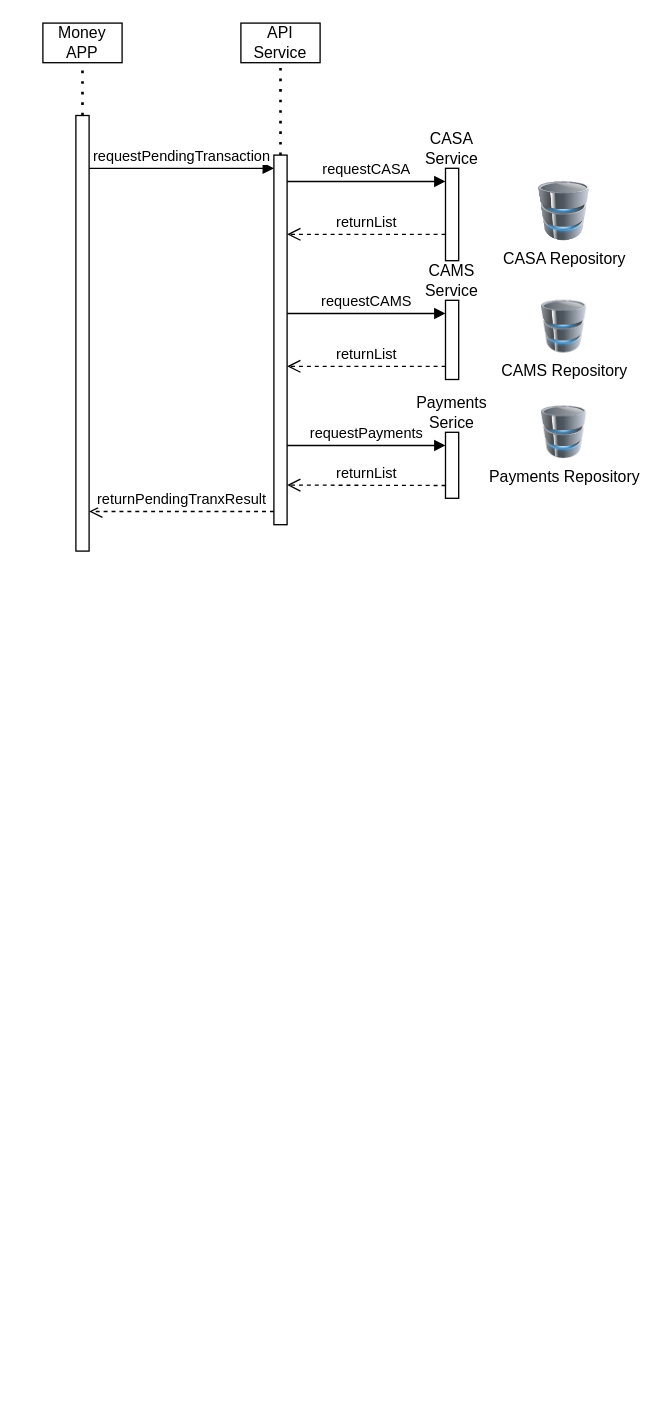
The draw.io diagram Pending_Transaction_Simple_Sequence_Diagram.drawio in ashokdeiva/ashokdeiva, before the edit. Source tidied: cells renumbered, new cells numbered last; positions are measured from the earlier drawing's top-left corner, leaving out a move shared by most shapes. Both pictures are drawn from the tidied source at 132%, with x=0, y=0 at pixel (42, 22).
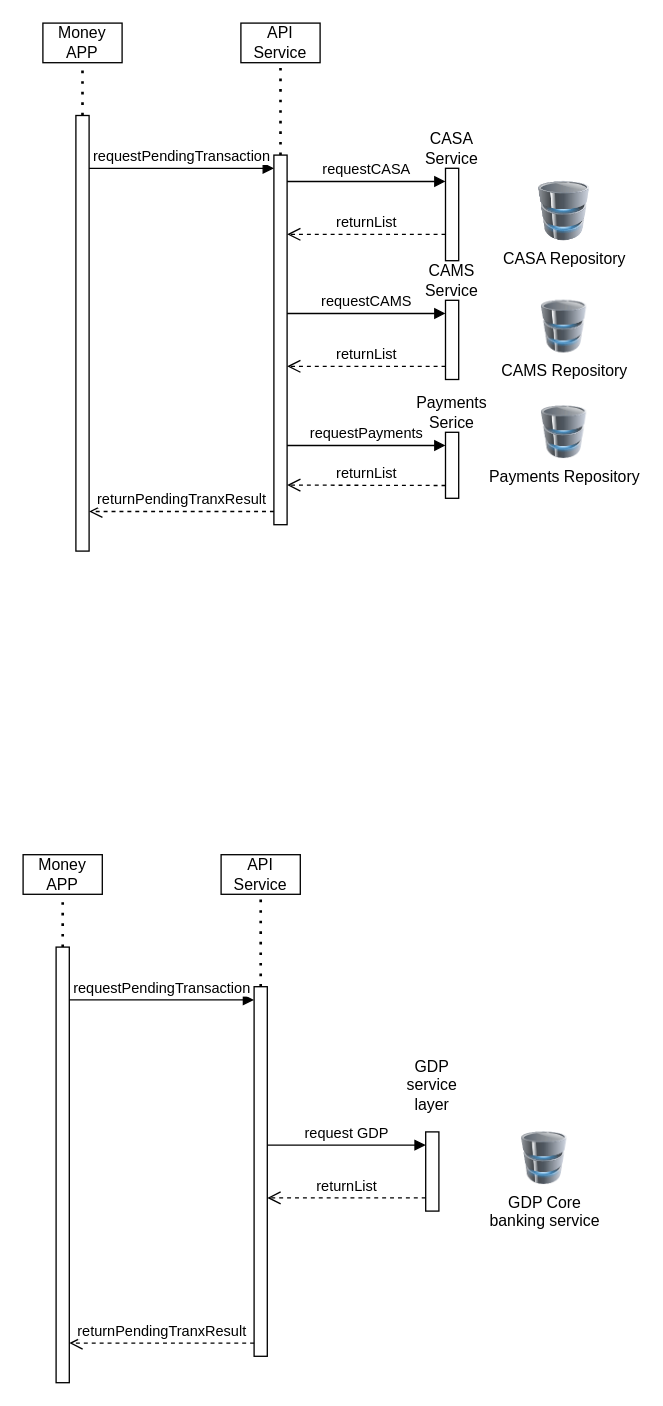
Above is the later version.

What changed in the source:
```diff
@@
+    <mxCell id="25" style="html=1;points=[];perimeter=orthogonalPerimeter;outlineConnect=0;targetShapes=umlLifeline;portConstraint=eastwest;newEdgeStyle={&quot;edgeStyle&quot;:&quot;elbowEdgeStyle&quot;,&quot;elbow&quot;:&quot;vertical&quot;,&quot;curved&quot;:0,&quot;rounded&quot;:0};" parent="1" vertex="1">
+      <mxGeometry x="10" y="700" width="10" height="330" as="geometry" />
+    </mxCell>
+    <mxCell id="26" style="html=1;points=[];perimeter=orthogonalPerimeter;outlineConnect=0;targetShapes=umlLifeline;portConstraint=eastwest;newEdgeStyle={&quot;edgeStyle&quot;:&quot;elbowEdgeStyle&quot;,&quot;elbow&quot;:&quot;vertical&quot;,&quot;curved&quot;:0,&quot;rounded&quot;:0};" parent="1" vertex="1">
+      <mxGeometry x="160" y="730" width="10" height="280" as="geometry" />
+    </mxCell>
+    <mxCell id="27" value="requestPendingTransaction" style="html=1;verticalAlign=bottom;endArrow=block;edgeStyle=elbowEdgeStyle;elbow=horizontal;curved=0;rounded=0;" parent="1" edge="1" source="25" target="26">
+      <mxGeometry relative="1" as="geometry">
+        <Array as="points">
+          <mxPoint x="90" y="740" />
+        </Array>
+      </mxGeometry>
+    </mxCell>
+    <mxCell id="28" value="returnPendingTranxResult" style="html=1;verticalAlign=bottom;endArrow=open;dashed=1;endSize=8;edgeStyle=elbowEdgeStyle;elbow=vertical;curved=0;rounded=0;" parent="1" edge="1" source="26">
+      <mxGeometry relative="1" as="geometry">
+        <mxPoint x="20" y="1000" as="targetPoint" />
+        <Array as="points">
+          <mxPoint x="40" y="1000" />
+        </Array>
+      </mxGeometry>
+    </mxCell>
+    <mxCell id="29" style="html=1;perimeter=orthogonalPerimeter;targetShapes=umlLifeline;newEdgeStyle={&quot;edgeStyle&quot;:&quot;elbowEdgeStyle&quot;,&quot;elbow&quot;:&quot;vertical&quot;,&quot;curved&quot;:0,&quot;rounded&quot;:0};" parent="1" vertex="1">
+      <mxGeometry x="290" y="840" width="10" height="60" as="geometry" />
+    </mxCell>
+    <mxCell id="30" value="request GDP" style="html=1;verticalAlign=bottom;endArrow=block;edgeStyle=elbowEdgeStyle;elbow=vertical;curved=0;rounded=0;exitX=1;exitY=0.393;exitDx=0;exitDy=0;exitPerimeter=0;" parent="1" edge="1">
+      <mxGeometry relative="1" as="geometry">
+        <mxPoint x="170" y="850" as="sourcePoint" />
+        <mxPoint x="290" y="850" as="targetPoint" />
+      </mxGeometry>
+    </mxCell>
+    <mxCell id="31" value="returnList" style="html=1;verticalAlign=bottom;endArrow=open;dashed=1;endSize=8;edgeStyle=elbowEdgeStyle;elbow=vertical;curved=0;rounded=0;" parent="1" edge="1">
+      <mxGeometry relative="1" as="geometry">
+        <mxPoint x="290" y="890" as="sourcePoint" />
+        <mxPoint x="170" y="890" as="targetPoint" />
+      </mxGeometry>
+    </mxCell>
+    <mxCell id="32" value="Money APP" style="rounded=0;whiteSpace=wrap;html=1;" parent="1" vertex="1">
+      <mxGeometry x="-15" y="630" width="60" height="30" as="geometry" />
+    </mxCell>
+    <mxCell id="33" value="API Service" style="rounded=0;whiteSpace=wrap;html=1;" parent="1" vertex="1">
+      <mxGeometry x="135" y="630" width="60" height="30" as="geometry" />
+    </mxCell>
+    <mxCell id="34" value="GDP Core &lt;br&gt;banking service" style="image;html=1;image=img/lib/clip_art/computers/Database_128x128.png;" parent="1" vertex="1">
+      <mxGeometry x="340" y="840" width="80" height="40" as="geometry" />
+    </mxCell>
+    <mxCell id="35" value="GDP service layer&lt;br&gt;" style="text;html=1;strokeColor=none;fillColor=none;align=center;verticalAlign=middle;whiteSpace=wrap;rounded=0;" parent="1" vertex="1">
+      <mxGeometry x="265" y="790" width="60" height="30" as="geometry" />
+    </mxCell>
+    <mxCell id="36" style="endArrow=none;dashed=1;html=1;dashPattern=1 3;strokeWidth=2;rounded=0;entryX=0.5;entryY=1;entryDx=0;entryDy=0;" parent="1" edge="1" source="25" target="32">
+      <mxGeometry relative="1" as="geometry" />
+    </mxCell>
+    <mxCell id="37" style="endArrow=none;dashed=1;html=1;dashPattern=1 3;strokeWidth=2;rounded=0;" parent="1" edge="1" source="26" target="33">
+      <mxGeometry relative="1" as="geometry" />
+    </mxCell>
```
